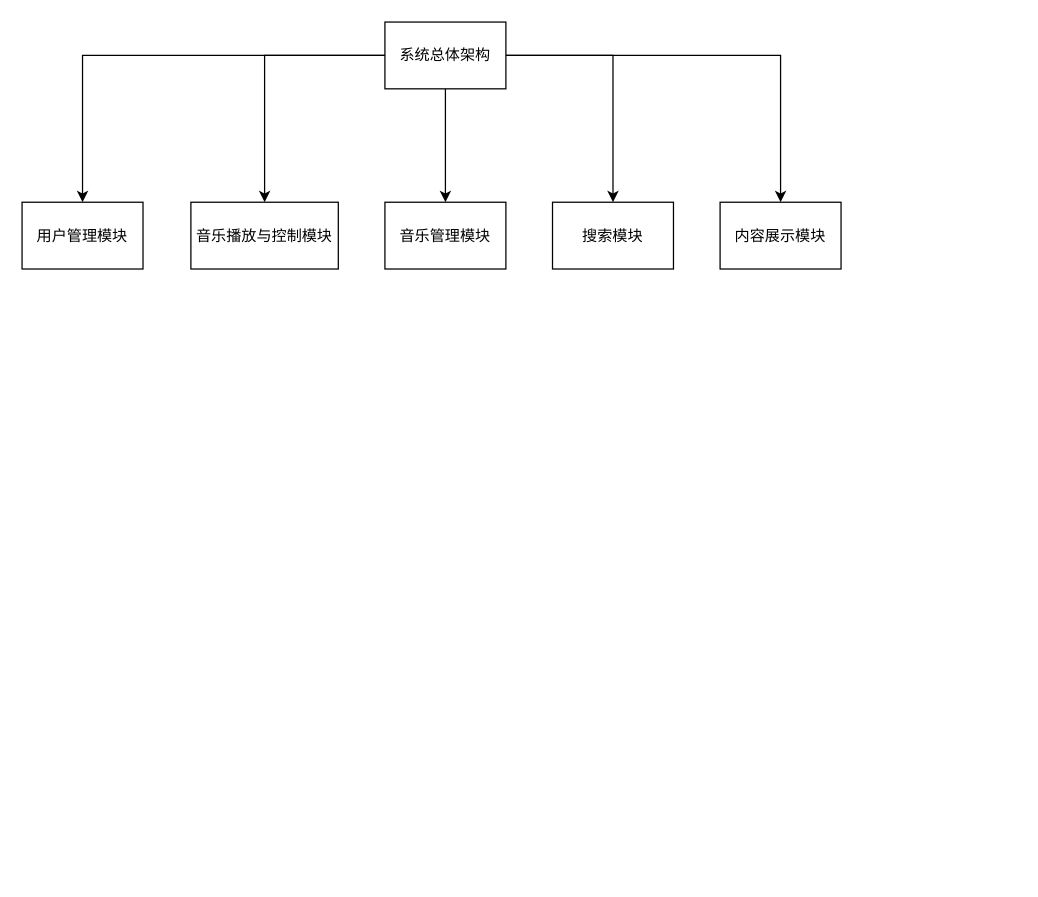
Above: 云听模块.drawio in jixiuy/DrawIO (draw.io), before the change. Source tidied: cells renumbered, new cells numbered last; positions are measured from the earlier drawing's top-left corner, leaving out a move shared by most shapes. Both pictures are drawn from the tidied source at 126%, with x=0, y=0 at pixel (21, 21).
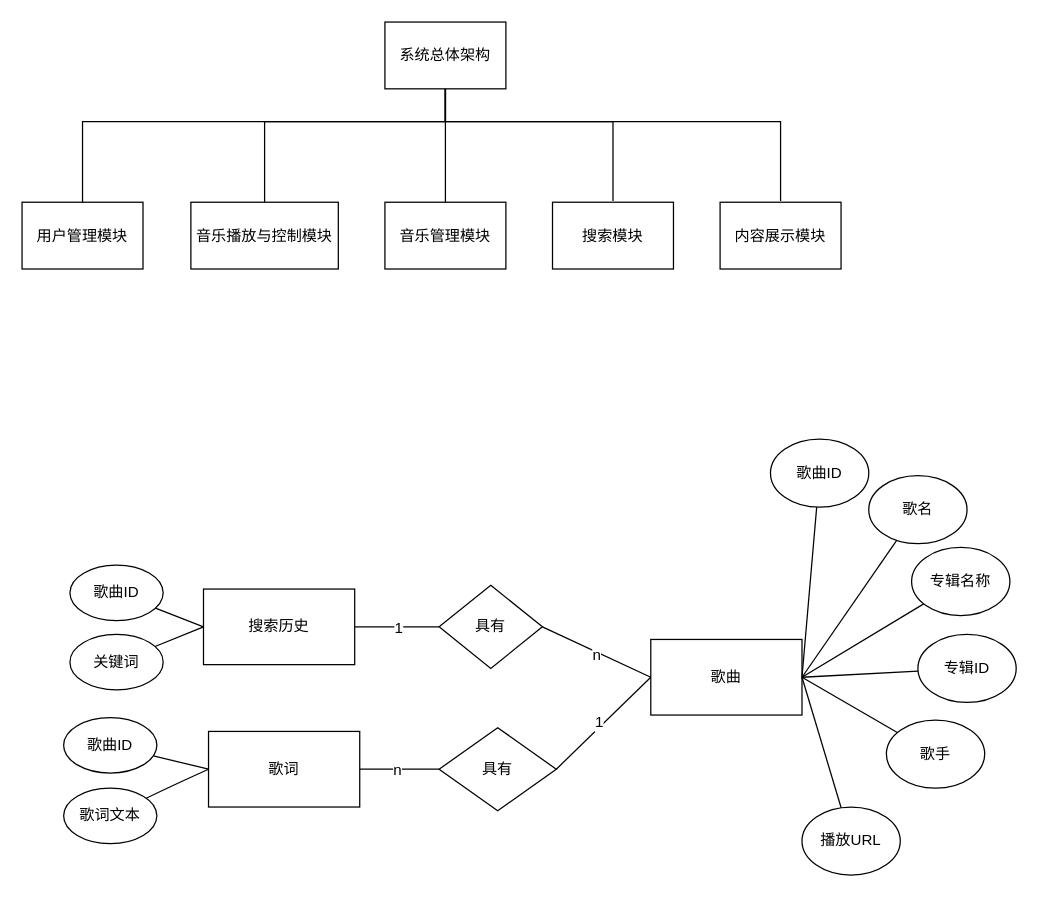
Above is the later version.

Commit message:
更新云听模块.drawio

Unchanged cells that the change refers to:
```xml
<mxCell id="7" value="系统总体架构" style="rounded=0;whiteSpace=wrap;html=1;" parent="1" vertex="1">
  <mxGeometry x="288" width="96" height="53" as="geometry" />
</mxCell>
<mxCell id="8" value="用户管理模块" style="rounded=0;whiteSpace=wrap;html=1;" parent="1" vertex="1">
  <mxGeometry y="143" width="96" height="53" as="geometry" />
</mxCell>
<mxCell id="9" value="音乐播放与控制模块" style="rounded=0;whiteSpace=wrap;html=1;" parent="1" vertex="1">
  <mxGeometry x="134" y="143" width="117" height="53" as="geometry" />
</mxCell>
<mxCell id="10" value="内容展示模块" style="rounded=0;whiteSpace=wrap;html=1;" parent="1" vertex="1">
  <mxGeometry x="554" y="143" width="96" height="53" as="geometry" />
</mxCell>
<mxCell id="11" value="音乐管理模块" style="rounded=0;whiteSpace=wrap;html=1;" parent="1" vertex="1">
  <mxGeometry x="288" y="143" width="96" height="53" as="geometry" />
</mxCell>
<mxCell id="12" value="搜索模块" style="rounded=0;whiteSpace=wrap;html=1;" parent="1" vertex="1">
  <mxGeometry x="421" y="143" width="96" height="53" as="geometry" />
</mxCell>
```

Change to the diagram source:
```diff
@@
-    <mxCell id="2" style="edgeStyle=orthogonalEdgeStyle;rounded=0;jettySize=auto;html=1;" parent="1" edge="1" source="7" target="8">
-      <mxGeometry relative="1" as="geometry" />
+    <mxCell id="2" style="edgeStyle=orthogonalEdgeStyle;rounded=0;jettySize=auto;html=1;endArrow=none;endFill=0;" parent="1" edge="1" source="7" target="8">
+      <mxGeometry relative="1" as="geometry">
+        <Array as="points">
+          <mxPoint x="336" y="79" />
+          <mxPoint x="48" y="79" />
+        </Array>
+      </mxGeometry>
     </mxCell>
-    <mxCell id="3" style="edgeStyle=orthogonalEdgeStyle;rounded=0;jettySize=auto;html=1;entryX=0.5;entryY=0;entryDx=0;entryDy=0;" parent="1" edge="1" source="7" target="9">
-      <mxGeometry relative="1" as="geometry" />
+    <mxCell id="3" style="edgeStyle=orthogonalEdgeStyle;rounded=0;jettySize=auto;html=1;entryX=0.5;entryY=0;entryDx=0;entryDy=0;endArrow=none;endFill=0;" parent="1" edge="1" source="7" target="9">
+      <mxGeometry relative="1" as="geometry">
+        <Array as="points">
+          <mxPoint x="336" y="79" />
+          <mxPoint x="193" y="79" />
+        </Array>
+      </mxGeometry>
     </mxCell>
-    <mxCell id="4" style="edgeStyle=orthogonalEdgeStyle;rounded=0;jettySize=auto;html=1;" parent="1" edge="1" source="7" target="11">
+    <mxCell id="4" style="edgeStyle=orthogonalEdgeStyle;rounded=0;jettySize=auto;html=1;endArrow=none;endFill=0;" parent="1" edge="1" source="7" target="11">
       <mxGeometry relative="1" as="geometry" />
     </mxCell>
-    <mxCell id="5" style="edgeStyle=orthogonalEdgeStyle;rounded=0;jettySize=auto;html=1;" parent="1" edge="1" source="7" target="12">
-      <mxGeometry relative="1" as="geometry" />
+    <mxCell id="5" style="edgeStyle=orthogonalEdgeStyle;rounded=0;orthogonalLoop=1;jettySize=auto;html=1;endArrow=none;endFill=0;" parent="1" edge="1">
+      <mxGeometry relative="1" as="geometry">
+        <mxPoint x="336" y="52" as="sourcePoint" />
+        <mxPoint x="469" y="142" as="targetPoint" />
+        <Array as="points">
+          <mxPoint x="336" y="79" />
+          <mxPoint x="469" y="79" />
+        </Array>
+      </mxGeometry>
     </mxCell>
-    <mxCell id="6" style="edgeStyle=orthogonalEdgeStyle;rounded=0;jettySize=auto;html=1;" parent="1" edge="1" source="7" target="10">
-      <mxGeometry relative="1" as="geometry" />
+    <mxCell id="6" style="edgeStyle=orthogonalEdgeStyle;rounded=0;orthogonalLoop=1;jettySize=auto;html=1;endArrow=none;endFill=0;" parent="1" edge="1">
+      <mxGeometry relative="1" as="geometry">
+        <mxPoint x="336" y="52" as="sourcePoint" />
+        <mxPoint x="602" y="142" as="targetPoint" />
+        <Array as="points">
+          <mxPoint x="336" y="79" />
+          <mxPoint x="602" y="79" />
+        </Array>
+      </mxGeometry>
     </mxCell>
@@
+    <mxCell id="13" style="edgeStyle=none;curved=1;rounded=0;jettySize=auto;html=1;fontSize=12;startSize=8;endSize=8;endArrow=none;endFill=0;" parent="1" edge="1" source="15" target="24">
+      <mxGeometry relative="1" as="geometry" />
+    </mxCell>
+    <mxCell id="14" value="1" style="edgeLabel;html=1;align=center;verticalAlign=middle;fontSize=12;" parent="13" vertex="1">
+      <mxGeometry x="0.45" relative="1" as="geometry">
+        <mxPoint x="-15" as="offset" />
+      </mxGeometry>
+    </mxCell>
+    <mxCell id="15" value="搜索历史" style="rounded=0;whiteSpace=wrap;html=1;" parent="1" vertex="1">
+      <mxGeometry x="144" y="450" width="120" height="60" as="geometry" />
+    </mxCell>
+    <mxCell id="16" value="歌曲" style="rounded=0;whiteSpace=wrap;html=1;" parent="1" vertex="1">
+      <mxGeometry x="499" y="490" width="120" height="60" as="geometry" />
+    </mxCell>
+    <mxCell id="17" value="歌词" style="rounded=0;whiteSpace=wrap;html=1;" parent="1" vertex="1">
+      <mxGeometry x="148" y="563" width="120" height="60" as="geometry" />
+    </mxCell>
+    <mxCell id="18" style="edgeStyle=none;curved=1;rounded=0;jettySize=auto;html=1;entryX=0;entryY=0.5;entryDx=0;entryDy=0;fontSize=12;startSize=8;endSize=8;endArrow=none;endFill=0;" parent="1" edge="1" source="19" target="15">
+      <mxGeometry relative="1" as="geometry" />
+    </mxCell>
+    <mxCell id="19" value="歌曲ID" style="ellipse;whiteSpace=wrap;html=1;" parent="1" vertex="1">
+      <mxGeometry x="38" y="431" width="74" height="44" as="geometry" />
+    </mxCell>
+    <mxCell id="20" style="edgeStyle=none;curved=1;rounded=0;jettySize=auto;html=1;entryX=0;entryY=0.5;entryDx=0;entryDy=0;fontSize=12;startSize=8;endSize=8;endArrow=none;endFill=0;" parent="1" edge="1" source="21" target="15">
+      <mxGeometry relative="1" as="geometry" />
+    </mxCell>
+    <mxCell id="21" value="关键词" style="ellipse;whiteSpace=wrap;html=1;" parent="1" vertex="1">
+      <mxGeometry x="38" y="486" width="74" height="44" as="geometry" />
+    </mxCell>
+    <mxCell id="22" style="edgeStyle=none;curved=1;rounded=0;jettySize=auto;html=1;entryX=0;entryY=0.5;entryDx=0;entryDy=0;fontSize=12;startSize=8;endSize=8;endArrow=none;endFill=0;exitX=1;exitY=0.5;exitDx=0;exitDy=0;" parent="1" edge="1" source="24" target="16">
+      <mxGeometry relative="1" as="geometry" />
+    </mxCell>
+    <mxCell id="23" value="n" style="edgeLabel;html=1;align=center;verticalAlign=middle;fontSize=12;" parent="22" vertex="1">
+      <mxGeometry x="0.01" y="-2" relative="1" as="geometry" />
+    </mxCell>
+    <mxCell id="24" value="具有" style="rhombus;whiteSpace=wrap;html=1;" parent="1" vertex="1">
+      <mxGeometry x="331" y="447" width="82" height="66" as="geometry" />
+    </mxCell>
+    <mxCell id="25" style="edgeStyle=none;curved=1;rounded=0;jettySize=auto;html=1;entryX=1;entryY=0.5;entryDx=0;entryDy=0;fontSize=12;startSize=8;endSize=8;endArrow=none;endFill=0;" parent="1" edge="1" source="26" target="16">
+      <mxGeometry relative="1" as="geometry" />
+    </mxCell>
+    <mxCell id="26" value="歌曲ID" style="ellipse;whiteSpace=wrap;html=1;" parent="1" vertex="1">
+      <mxGeometry x="594" y="331" width="78" height="54" as="geometry" />
+    </mxCell>
+    <mxCell id="27" style="edgeStyle=none;curved=1;rounded=0;jettySize=auto;html=1;entryX=1;entryY=0.5;entryDx=0;entryDy=0;fontSize=12;startSize=8;endSize=8;endArrow=none;endFill=0;" parent="1" edge="1" source="28" target="16">
+      <mxGeometry relative="1" as="geometry" />
+    </mxCell>
+    <mxCell id="28" value="歌名" style="ellipse;whiteSpace=wrap;html=1;" parent="1" vertex="1">
+      <mxGeometry x="672" y="360" width="78" height="54" as="geometry" />
+    </mxCell>
+    <mxCell id="29" style="edgeStyle=none;curved=1;rounded=0;jettySize=auto;html=1;entryX=1;entryY=0.5;entryDx=0;entryDy=0;fontSize=12;startSize=8;endSize=8;endArrow=none;endFill=0;" parent="1" edge="1" source="30" target="16">
+      <mxGeometry relative="1" as="geometry" />
+    </mxCell>
+    <mxCell id="30" value="专辑名称" style="ellipse;whiteSpace=wrap;html=1;" parent="1" vertex="1">
+      <mxGeometry x="706" y="417" width="78" height="54" as="geometry" />
+    </mxCell>
+    <mxCell id="31" style="edgeStyle=none;curved=1;rounded=0;jettySize=auto;html=1;entryX=1;entryY=0.5;entryDx=0;entryDy=0;fontSize=12;startSize=8;endSize=8;endArrow=none;endFill=0;" parent="1" edge="1" source="32" target="16">
+      <mxGeometry relative="1" as="geometry" />
+    </mxCell>
+    <mxCell id="32" value="专辑ID" style="ellipse;whiteSpace=wrap;html=1;" parent="1" vertex="1">
+      <mxGeometry x="711" y="486" width="78" height="54" as="geometry" />
+    </mxCell>
+    <mxCell id="33" style="edgeStyle=none;curved=1;rounded=0;jettySize=auto;html=1;entryX=1;entryY=0.5;entryDx=0;entryDy=0;fontSize=12;startSize=8;endSize=8;endArrow=none;endFill=0;" parent="1" edge="1" target="16">
+      <mxGeometry relative="1" as="geometry">
+        <mxPoint x="695" y="564" as="sourcePoint" />
+      </mxGeometry>
+    </mxCell>
+    <mxCell id="34" value="歌手" style="ellipse;whiteSpace=wrap;html=1;" parent="1" vertex="1">
+      <mxGeometry x="686" y="554" width="78" height="54" as="geometry" />
+    </mxCell>
+    <mxCell id="35" style="edgeStyle=none;curved=1;rounded=0;jettySize=auto;html=1;entryX=1;entryY=0.5;entryDx=0;entryDy=0;fontSize=12;startSize=8;endSize=8;endArrow=none;endFill=0;" parent="1" edge="1" source="36" target="16">
+      <mxGeometry relative="1" as="geometry" />
+    </mxCell>
+    <mxCell id="36" value="播放URL" style="ellipse;whiteSpace=wrap;html=1;" parent="1" vertex="1">
+      <mxGeometry x="619" y="623" width="78" height="54" as="geometry" />
+    </mxCell>
+    <mxCell id="37" style="edgeStyle=none;curved=1;rounded=0;jettySize=auto;html=1;entryX=1;entryY=0.5;entryDx=0;entryDy=0;fontSize=12;startSize=8;endSize=8;endArrow=none;endFill=0;" parent="1" edge="1" source="41" target="17">
+      <mxGeometry relative="1" as="geometry" />
+    </mxCell>
+    <mxCell id="38" value="n" style="edgeLabel;html=1;align=center;verticalAlign=middle;fontSize=12;" parent="37" vertex="1">
+      <mxGeometry x="0.09" relative="1" as="geometry" />
+    </mxCell>
+    <mxCell id="39" style="edgeStyle=none;curved=1;rounded=0;jettySize=auto;html=1;entryX=0;entryY=0.5;entryDx=0;entryDy=0;fontSize=12;startSize=8;endSize=8;endArrow=none;endFill=0;exitX=1;exitY=0.5;exitDx=0;exitDy=0;" parent="1" edge="1" source="41" target="16">
+      <mxGeometry relative="1" as="geometry" />
+    </mxCell>
+    <mxCell id="40" value="1" style="edgeLabel;html=1;align=center;verticalAlign=middle;fontSize=12;" parent="39" vertex="1">
+      <mxGeometry x="-0.04" y="4" relative="1" as="geometry" />
+    </mxCell>
+    <mxCell id="41" value="具有" style="rhombus;whiteSpace=wrap;html=1;" parent="1" vertex="1">
+      <mxGeometry x="331" y="560" width="93" height="66" as="geometry" />
+    </mxCell>
+    <mxCell id="42" style="edgeStyle=none;curved=1;rounded=0;jettySize=auto;html=1;entryX=0;entryY=0.5;entryDx=0;entryDy=0;fontSize=12;startSize=8;endSize=8;endArrow=none;endFill=0;" parent="1" edge="1" source="43" target="17">
+      <mxGeometry relative="1" as="geometry" />
+    </mxCell>
+    <mxCell id="43" value="歌曲ID" style="ellipse;whiteSpace=wrap;html=1;" parent="1" vertex="1">
+      <mxGeometry x="33" y="552" width="74" height="44" as="geometry" />
+    </mxCell>
+    <mxCell id="44" style="edgeStyle=none;curved=1;rounded=0;jettySize=auto;html=1;entryX=0;entryY=0.5;entryDx=0;entryDy=0;fontSize=12;startSize=8;endSize=8;endArrow=none;endFill=0;" parent="1" edge="1" source="45" target="17">
+      <mxGeometry relative="1" as="geometry">
+        <Array as="points">
+          <mxPoint x="117" y="607" />
+        </Array>
+      </mxGeometry>
+    </mxCell>
+    <mxCell id="45" value="歌词文本" style="ellipse;whiteSpace=wrap;html=1;" parent="1" vertex="1">
+      <mxGeometry x="33" y="608" width="74" height="44" as="geometry" />
+    </mxCell>
+    <mxCell id="46" style="edgeStyle=none;curved=1;rounded=0;orthogonalLoop=1;jettySize=auto;html=1;exitX=0;exitY=0;exitDx=0;exitDy=0;fontSize=12;startSize=8;endSize=8;" parent="1" edge="1" source="26" target="26">
+      <mxGeometry relative="1" as="geometry" />
+    </mxCell>
+    <mxCell id="47" style="edgeStyle=none;curved=1;rounded=0;orthogonalLoop=1;jettySize=auto;html=1;exitX=0;exitY=0;exitDx=0;exitDy=0;fontSize=12;startSize=8;endSize=8;" parent="1" edge="1" source="36" target="36">
+      <mxGeometry relative="1" as="geometry" />
+    </mxCell>
+    <mxCell id="48" style="edgeStyle=none;curved=1;rounded=0;orthogonalLoop=1;jettySize=auto;html=1;exitX=0.5;exitY=0;exitDx=0;exitDy=0;fontSize=12;startSize=8;endSize=8;" parent="1" edge="1" source="34" target="34">
+      <mxGeometry relative="1" as="geometry" />
+    </mxCell>
+    <mxCell id="49" style="edgeStyle=none;curved=1;rounded=0;orthogonalLoop=1;jettySize=auto;html=1;exitX=0.5;exitY=0;exitDx=0;exitDy=0;fontSize=12;startSize=8;endSize=8;" parent="1" edge="1" source="32" target="32">
+      <mxGeometry relative="1" as="geometry" />
+    </mxCell>
+    <mxCell id="50" style="edgeStyle=none;curved=1;rounded=0;orthogonalLoop=1;jettySize=auto;html=1;exitX=0.5;exitY=0;exitDx=0;exitDy=0;fontSize=12;startSize=8;endSize=8;" parent="1" edge="1" source="28" target="28">
+      <mxGeometry relative="1" as="geometry" />
+    </mxCell>
```
